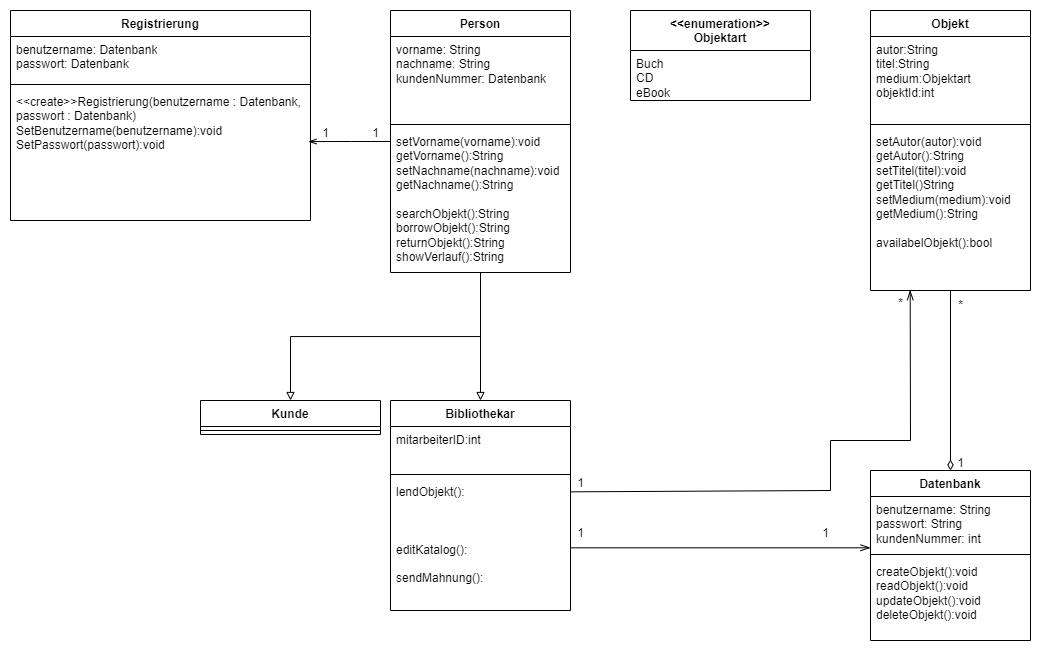
Above: UML/class-diagram_library.png in sol-hatebad/buechereiverwaltung (draw.io), before the change. Source tidied: cells renumbered, new cells last; positions are measured from the earlier drawing's top-left corner, leaving out a move shared by most shapes.
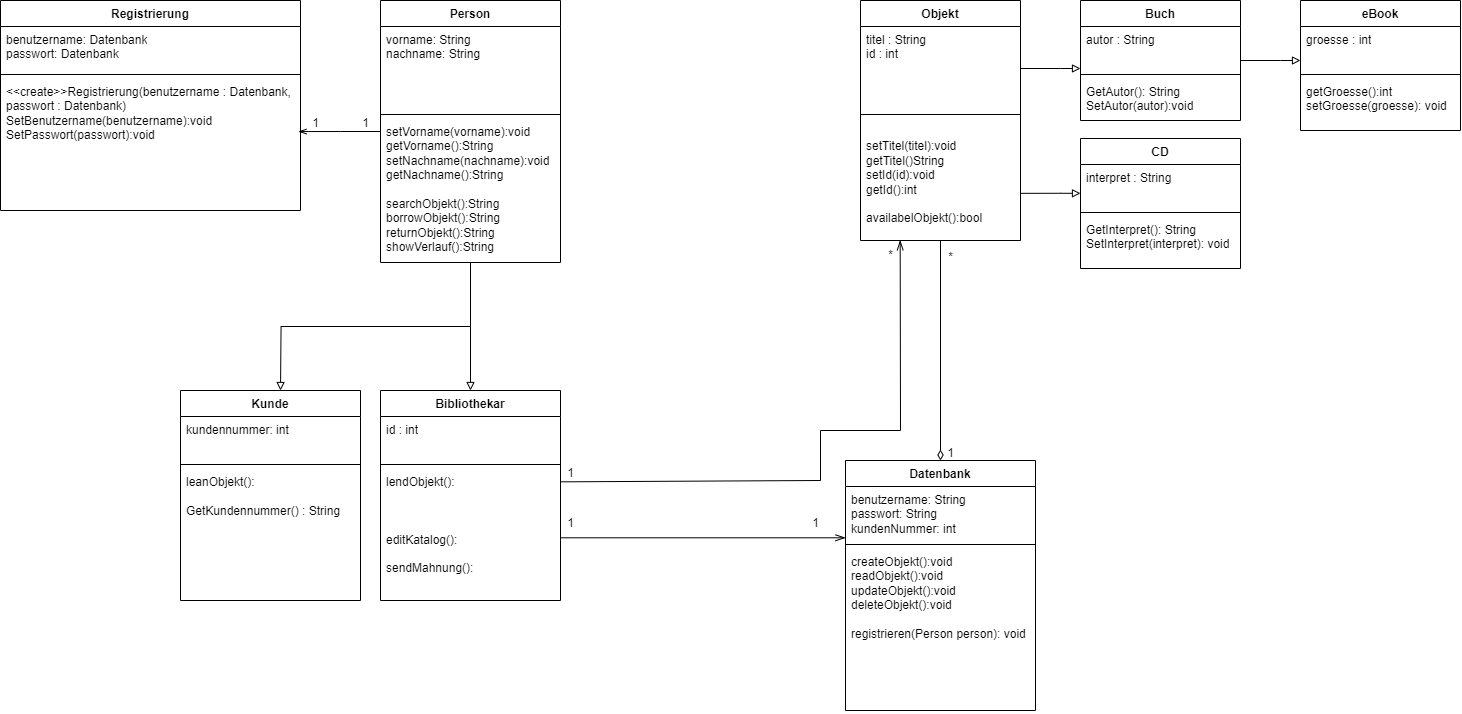
The same diagram one commit later.

Commit message:
updated class diagram

The edit, as a diff of the source:
```diff
@@ -11,7 +11,7 @@
     <mxCell id="4" value="Person" style="swimlane;fontStyle=1;align=center;verticalAlign=top;horizontal=1;startSize=26;whiteSpace=wrap;html=1;" parent="1" vertex="1">
       <mxGeometry x="380" width="180" height="262" as="geometry" />
     </mxCell>
-    <mxCell id="5" value="vorname: String&lt;br&gt;nachname: String&lt;br&gt;kundenNummer: Datenbank&lt;br&gt;" style="text;strokeColor=none;fillColor=none;align=left;verticalAlign=top;spacingLeft=4;spacingRight=4;overflow=hidden;whiteSpace=wrap;html=1;" parent="4" vertex="1">
+    <mxCell id="5" value="vorname: String&lt;br&gt;nachname: String&lt;br&gt;" style="text;strokeColor=none;fillColor=none;align=left;verticalAlign=top;spacingLeft=4;spacingRight=4;overflow=hidden;whiteSpace=wrap;html=1;" parent="4" vertex="1">
       <mxGeometry y="26" width="180" height="84" as="geometry" />
     </mxCell>
     <mxCell id="6" style="line;strokeWidth=1;fillColor=none;align=left;verticalAlign=middle;spacingTop=-1;spacingLeft=3;spacingRight=3;labelPosition=right;strokeColor=inherit;" parent="4" vertex="1">
@@ -23,7 +23,7 @@
     <mxCell id="8" value="Bibliothekar" style="swimlane;fontStyle=1;align=center;verticalAlign=top;horizontal=1;startSize=26;whiteSpace=wrap;html=1;" parent="1" vertex="1">
       <mxGeometry x="380" y="390" width="180" height="210" as="geometry" />
     </mxCell>
-    <mxCell id="9" value="mitarbeiterID:int" style="text;strokeColor=none;fillColor=none;align=left;verticalAlign=top;spacingLeft=4;spacingRight=4;overflow=hidden;whiteSpace=wrap;html=1;" parent="8" vertex="1">
+    <mxCell id="9" value="id : int" style="text;strokeColor=none;fillColor=none;align=left;verticalAlign=top;spacingLeft=4;spacingRight=4;overflow=hidden;whiteSpace=wrap;html=1;" parent="8" vertex="1">
       <mxGeometry y="26" width="180" height="44" as="geometry" />
     </mxCell>
     <mxCell id="10" style="line;strokeWidth=1;fillColor=none;align=left;verticalAlign=middle;spacingTop=-1;spacingLeft=3;spacingRight=3;labelPosition=right;strokeColor=inherit;" parent="8" vertex="1">
@@ -33,16 +33,16 @@
       <mxGeometry y="78" width="180" height="132" as="geometry" />
     </mxCell>
     <mxCell id="12" value="Objekt" style="swimlane;fontStyle=1;align=center;verticalAlign=top;horizontal=1;startSize=26;whiteSpace=wrap;html=1;" parent="1" vertex="1">
-      <mxGeometry x="860" width="160" height="280" as="geometry" />
+      <mxGeometry x="860" width="160" height="240" as="geometry" />
     </mxCell>
-    <mxCell id="13" value="autor:String&lt;br&gt;titel:String&lt;br&gt;medium:Objektart&lt;br&gt;objektId:int" style="text;strokeColor=none;fillColor=none;align=left;verticalAlign=top;spacingLeft=4;spacingRight=4;overflow=hidden;points=[[0,0.5],[1,0.5]];portConstraint=eastwest;whiteSpace=wrap;html=1;" parent="12" vertex="1">
+    <mxCell id="13" value="titel : String&lt;br&gt;id : int&amp;nbsp;" style="text;strokeColor=none;fillColor=none;align=left;verticalAlign=top;spacingLeft=4;spacingRight=4;overflow=hidden;points=[[0,0.5],[1,0.5]];portConstraint=eastwest;whiteSpace=wrap;html=1;" parent="12" vertex="1">
       <mxGeometry y="26" width="160" height="84" as="geometry" />
     </mxCell>
     <mxCell id="14" style="line;strokeWidth=1;fillColor=none;align=left;verticalAlign=middle;spacingTop=-1;spacingLeft=3;spacingRight=3;labelPosition=right;strokeColor=inherit;" parent="12" vertex="1">
       <mxGeometry y="110" width="160" height="8" as="geometry" />
     </mxCell>
-    <mxCell id="15" value="setAutor(autor):void&lt;br&gt;getAutor():String&lt;br&gt;setTitel(titel):void&lt;br&gt;getTitel()String&lt;br&gt;setMedium(medium):void&lt;br&gt;getMedium():String&lt;br&gt;&lt;br&gt;availabelObjekt():bool&lt;br&gt;" style="text;strokeColor=none;fillColor=none;align=left;verticalAlign=top;spacingLeft=4;spacingRight=4;overflow=hidden;points=[[0,0.5],[1,0.5]];portConstraint=eastwest;whiteSpace=wrap;html=1;" parent="12" vertex="1">
-      <mxGeometry y="118" width="160" height="162" as="geometry" />
+    <mxCell id="15" value="&lt;br&gt;setTitel(titel):void&lt;br&gt;getTitel()String&lt;br&gt;setId(id):void&lt;br&gt;getId():int&lt;br&gt;&lt;br&gt;availabelObjekt():bool" style="text;strokeColor=none;fillColor=none;align=left;verticalAlign=top;spacingLeft=4;spacingRight=4;overflow=hidden;points=[[0,0.5],[1,0.5]];portConstraint=eastwest;whiteSpace=wrap;html=1;" parent="12" vertex="1">
+      <mxGeometry y="118" width="160" height="122" as="geometry" />
     </mxCell>
     <mxCell id="16" value="1" style="text;html=1;align=center;verticalAlign=middle;strokeColor=none;fillColor=none;" parent="1" vertex="1">
       <mxGeometry x="800" y="508" width="30" height="30" as="geometry" />
@@ -60,7 +60,7 @@
       <mxGeometry x="935" y="438" width="30" height="30" as="geometry" />
     </mxCell>
     <mxCell id="21" value="*" style="text;html=1;align=center;verticalAlign=middle;strokeColor=none;fillColor=none;" parent="1" vertex="1">
-      <mxGeometry x="935" y="280" width="30" height="30" as="geometry" />
+      <mxGeometry x="935" y="242" width="30" height="30" as="geometry" />
     </mxCell>
     <mxCell id="22" style="endArrow=openThin;startArrow=none;endFill=0;startFill=0;endSize=8;html=1;verticalAlign=bottom;labelBackgroundColor=none;strokeWidth=1;rounded=0;entryX=0.248;entryY=0.998;entryDx=0;entryDy=0;entryPerimeter=0;exitX=1.002;exitY=0.101;exitDx=0;exitDy=0;exitPerimeter=0;" parent="1" edge="1" source="11" target="15">
       <mxGeometry relative="1" as="geometry">
@@ -75,28 +75,24 @@
       <mxGeometry x="555" y="458" width="30" height="30" as="geometry" />
     </mxCell>
     <mxCell id="24" value="*" style="text;html=1;align=center;verticalAlign=middle;strokeColor=none;fillColor=none;" parent="1" vertex="1">
-      <mxGeometry x="875" y="278" width="30" height="30" as="geometry" />
+      <mxGeometry x="875" y="240" width="30" height="30" as="geometry" />
     </mxCell>
-    <mxCell id="25" value="Kunde" style="swimlane;fontStyle=1;align=center;verticalAlign=top;horizontal=1;startSize=26;whiteSpace=wrap;html=1;" parent="1" vertex="1">
-      <mxGeometry x="190" y="390" width="180" height="34" as="geometry" />
-    </mxCell>
-    <mxCell id="26" style="line;strokeWidth=1;fillColor=none;align=left;verticalAlign=middle;spacingTop=-1;spacingLeft=3;spacingRight=3;labelPosition=right;strokeColor=inherit;" parent="25" vertex="1">
-      <mxGeometry y="26" width="180" height="8" as="geometry" />
-    </mxCell>
-    <mxCell id="27" style="edgeStyle=orthogonalEdgeStyle;rounded=0;jettySize=auto;html=1;entryX=0.5;entryY=0;entryDx=0;entryDy=0;endArrow=block;endFill=0;exitX=0.5;exitY=1;exitDx=0;exitDy=0;exitPerimeter=0;" parent="1" edge="1" source="7" target="25">
-      <mxGeometry relative="1" as="geometry" />
+    <mxCell id="27" style="edgeStyle=orthogonalEdgeStyle;rounded=0;jettySize=auto;html=1;entryX=0.5;entryY=0;entryDx=0;entryDy=0;endArrow=block;endFill=0;exitX=0.5;exitY=1;exitDx=0;exitDy=0;exitPerimeter=0;" parent="1" edge="1" source="7">
+      <mxGeometry relative="1" as="geometry">
+        <mxPoint x="280" y="390" as="targetPoint" />
+      </mxGeometry>
     </mxCell>
     <mxCell id="28" value="Datenbank" style="swimlane;fontStyle=1;align=center;verticalAlign=top;horizontal=1;startSize=26;whiteSpace=wrap;html=1;" parent="1" vertex="1">
-      <mxGeometry x="860" y="460" width="160" height="170" as="geometry" />
+      <mxGeometry x="845" y="460" width="190" height="250" as="geometry" />
     </mxCell>
     <mxCell id="29" value="benutzername: String&lt;br style=&quot;border-color: var(--border-color); text-align: center;&quot;&gt;&lt;span style=&quot;text-align: center;&quot;&gt;passwort: String&lt;/span&gt;&lt;br style=&quot;border-color: var(--border-color); text-align: center;&quot;&gt;&lt;span style=&quot;text-align: center;&quot;&gt;kundenNummer: int&lt;/span&gt;" style="text;strokeColor=none;fillColor=none;align=left;verticalAlign=top;spacingLeft=4;spacingRight=4;overflow=hidden;points=[[0,0.5],[1,0.5]];portConstraint=eastwest;whiteSpace=wrap;html=1;" parent="28" vertex="1">
-      <mxGeometry y="26" width="160" height="54" as="geometry" />
+      <mxGeometry y="26" width="190" height="54" as="geometry" />
     </mxCell>
     <mxCell id="30" style="line;strokeWidth=1;fillColor=none;align=left;verticalAlign=middle;spacingTop=-1;spacingLeft=3;spacingRight=3;labelPosition=right;strokeColor=inherit;" parent="28" vertex="1">
-      <mxGeometry y="80" width="160" height="8" as="geometry" />
+      <mxGeometry y="80" width="190" height="8" as="geometry" />
     </mxCell>
-    <mxCell id="31" value="createObjekt():void&lt;br style=&quot;border-color: var(--border-color);&quot;&gt;readObjekt():void&lt;br style=&quot;border-color: var(--border-color);&quot;&gt;updateObjekt():void&lt;br style=&quot;border-color: var(--border-color);&quot;&gt;deleteObjekt():void" style="text;strokeColor=none;fillColor=none;align=left;verticalAlign=top;spacingLeft=4;spacingRight=4;overflow=hidden;whiteSpace=wrap;html=1;" parent="28" vertex="1">
-      <mxGeometry y="88" width="160" height="82" as="geometry" />
+    <mxCell id="31" value="createObjekt():void&lt;br style=&quot;border-color: var(--border-color);&quot;&gt;readObjekt():void&lt;br style=&quot;border-color: var(--border-color);&quot;&gt;updateObjekt():void&lt;br style=&quot;border-color: var(--border-color);&quot;&gt;deleteObjekt():void&lt;br&gt;&lt;br&gt;registrieren(Person person): void" style="text;strokeColor=none;fillColor=none;align=left;verticalAlign=top;spacingLeft=4;spacingRight=4;overflow=hidden;whiteSpace=wrap;html=1;" parent="28" vertex="1">
+      <mxGeometry y="88" width="190" height="162" as="geometry" />
     </mxCell>
     <mxCell id="32" value="Registrierung" style="swimlane;fontStyle=1;align=center;verticalAlign=top;horizontal=1;startSize=26;whiteSpace=wrap;html=1;" parent="1" vertex="1">
       <mxGeometry width="300" height="210" as="geometry" />
@@ -116,11 +112,81 @@
     <mxCell id="37" value="1" style="text;html=1;align=center;verticalAlign=middle;strokeColor=none;fillColor=none;" parent="1" vertex="1">
       <mxGeometry x="350" y="108" width="30" height="30" as="geometry" />
     </mxCell>
-    <mxCell id="38" value="&amp;lt;&amp;lt;enumeration&amp;gt;&amp;gt;&lt;br&gt;Objektart" style="swimlane;fontStyle=1;align=center;verticalAlign=top;horizontal=1;startSize=40;whiteSpace=wrap;html=1;" parent="1" vertex="1">
-      <mxGeometry x="620" width="180" height="90" as="geometry" />
-    </mxCell>
-    <mxCell id="39" value="Buch&lt;br&gt;CD&lt;br&gt;eBook&lt;br&gt;" style="text;strokeColor=none;fillColor=none;align=left;verticalAlign=top;spacingLeft=4;spacingRight=4;overflow=hidden;whiteSpace=wrap;html=1;" parent="38" vertex="1">
-      <mxGeometry y="40" width="180" height="50" as="geometry" />
-    </mxCell>
+    <mxCell id="40" value="Buch" style="swimlane;fontStyle=1;align=center;verticalAlign=top;horizontal=1;startSize=26;whiteSpace=wrap;html=1;" parent="1" vertex="1">
+      <mxGeometry x="1080" width="160" height="120" as="geometry" />
+    </mxCell>
+    <mxCell id="41" value="autor : String" style="text;strokeColor=none;fillColor=none;align=left;verticalAlign=top;spacingLeft=4;spacingRight=4;overflow=hidden;whiteSpace=wrap;html=1;" parent="40" vertex="1">
+      <mxGeometry y="26" width="160" height="44" as="geometry" />
+    </mxCell>
+    <mxCell id="42" style="line;strokeWidth=1;fillColor=none;align=left;verticalAlign=middle;spacingTop=-1;spacingLeft=3;spacingRight=3;labelPosition=right;strokeColor=inherit;" parent="40" vertex="1">
+      <mxGeometry y="70" width="160" height="8" as="geometry" />
+    </mxCell>
+    <mxCell id="43" value="GetAutor(): String&lt;br&gt;SetAutor(autor):void" style="text;strokeColor=none;fillColor=none;align=left;verticalAlign=top;spacingLeft=4;spacingRight=4;overflow=hidden;whiteSpace=wrap;html=1;" parent="40" vertex="1">
+      <mxGeometry y="78" width="160" height="42" as="geometry" />
+    </mxCell>
+    <mxCell id="44" value="CD" style="swimlane;fontStyle=1;align=center;verticalAlign=top;horizontal=1;startSize=26;whiteSpace=wrap;html=1;" parent="1" vertex="1">
+      <mxGeometry x="1080" y="138" width="160" height="130" as="geometry" />
+    </mxCell>
+    <mxCell id="45" value="interpret : String" style="text;strokeColor=none;fillColor=none;align=left;verticalAlign=top;spacingLeft=4;spacingRight=4;overflow=hidden;whiteSpace=wrap;html=1;" parent="44" vertex="1">
+      <mxGeometry y="26" width="160" height="44" as="geometry" />
+    </mxCell>
+    <mxCell id="46" style="line;strokeWidth=1;fillColor=none;align=left;verticalAlign=middle;spacingTop=-1;spacingLeft=3;spacingRight=3;labelPosition=right;strokeColor=inherit;" parent="44" vertex="1">
+      <mxGeometry y="70" width="160" height="8" as="geometry" />
+    </mxCell>
+    <mxCell id="47" value="GetInterpret(): String&lt;br&gt;SetInterpret(interpret): void" style="text;strokeColor=none;fillColor=none;align=left;verticalAlign=top;spacingLeft=4;spacingRight=4;overflow=hidden;whiteSpace=wrap;html=1;" parent="44" vertex="1">
+      <mxGeometry y="78" width="160" height="52" as="geometry" />
+    </mxCell>
+    <mxCell id="48" value="eBook" style="swimlane;fontStyle=1;align=center;verticalAlign=top;horizontal=1;startSize=26;whiteSpace=wrap;html=1;" parent="1" vertex="1">
+      <mxGeometry x="1300" width="160" height="130" as="geometry" />
+    </mxCell>
+    <mxCell id="49" value="groesse : int" style="text;strokeColor=none;fillColor=none;align=left;verticalAlign=top;spacingLeft=4;spacingRight=4;overflow=hidden;whiteSpace=wrap;html=1;" parent="48" vertex="1">
+      <mxGeometry y="26" width="160" height="44" as="geometry" />
+    </mxCell>
+    <mxCell id="50" style="line;strokeWidth=1;fillColor=none;align=left;verticalAlign=middle;spacingTop=-1;spacingLeft=3;spacingRight=3;labelPosition=right;strokeColor=inherit;" parent="48" vertex="1">
+      <mxGeometry y="70" width="160" height="8" as="geometry" />
+    </mxCell>
+    <mxCell id="51" value="getGroesse():int&lt;br&gt;setGroesse(groesse): void" style="text;strokeColor=none;fillColor=none;align=left;verticalAlign=top;spacingLeft=4;spacingRight=4;overflow=hidden;whiteSpace=wrap;html=1;" parent="48" vertex="1">
+      <mxGeometry y="78" width="160" height="52" as="geometry" />
+    </mxCell>
+    <mxCell id="52" style="edgeStyle=orthogonalEdgeStyle;rounded=0;jettySize=auto;html=1;endArrow=block;endFill=0;" parent="1" edge="1" source="13" target="40">
+      <mxGeometry relative="1" as="geometry">
+        <Array as="points">
+          <mxPoint x="1060" y="68" />
+          <mxPoint x="1060" y="68" />
+        </Array>
+      </mxGeometry>
+    </mxCell>
+    <mxCell id="53" style="edgeStyle=orthogonalEdgeStyle;rounded=0;orthogonalLoop=1;jettySize=auto;html=1;endArrow=block;endFill=0;" parent="1" edge="1">
+      <mxGeometry relative="1" as="geometry">
+        <mxPoint x="1020" y="192.8" as="sourcePoint" />
+        <mxPoint x="1080" y="192.8" as="targetPoint" />
+        <Array as="points">
+          <mxPoint x="1060" y="192.8" />
+          <mxPoint x="1060" y="192.8" />
+        </Array>
+      </mxGeometry>
+    </mxCell>
+    <mxCell id="54" style="edgeStyle=orthogonalEdgeStyle;rounded=0;orthogonalLoop=1;jettySize=auto;html=1;endArrow=block;endFill=0;" parent="1" edge="1">
+      <mxGeometry relative="1" as="geometry">
+        <mxPoint x="1240" y="60" as="sourcePoint" />
+        <mxPoint x="1300" y="60" as="targetPoint" />
+        <Array as="points">
+          <mxPoint x="1280" y="60" />
+          <mxPoint x="1280" y="60" />
+        </Array>
+      </mxGeometry>
+    </mxCell>
+    <mxCell id="25" value="Kunde" style="swimlane;fontStyle=1;align=center;verticalAlign=top;horizontal=1;startSize=26;whiteSpace=wrap;html=1;" parent="1" vertex="1">
+      <mxGeometry x="180" y="390" width="180" height="210" as="geometry" />
+    </mxCell>
+    <mxCell id="55" value="kundennummer: int" style="text;strokeColor=none;fillColor=none;align=left;verticalAlign=top;spacingLeft=4;spacingRight=4;overflow=hidden;whiteSpace=wrap;html=1;" parent="25" vertex="1">
+      <mxGeometry y="26" width="180" height="44" as="geometry" />
+    </mxCell>
+    <mxCell id="56" style="line;strokeWidth=1;fillColor=none;align=left;verticalAlign=middle;spacingTop=-1;spacingLeft=3;spacingRight=3;labelPosition=right;strokeColor=inherit;" parent="25" vertex="1">
+      <mxGeometry y="70" width="180" height="8" as="geometry" />
+    </mxCell>
+    <mxCell id="57" value="leanObjekt():&lt;br&gt;&lt;br&gt;GetKundennummer() : String" style="text;strokeColor=none;fillColor=none;align=left;verticalAlign=top;spacingLeft=4;spacingRight=4;overflow=hidden;whiteSpace=wrap;html=1;" parent="25" vertex="1">
+      <mxGeometry y="78" width="180" height="132" as="geometry" />
+    </mxCell>
   </root>
 </mxGraphModel>
```
